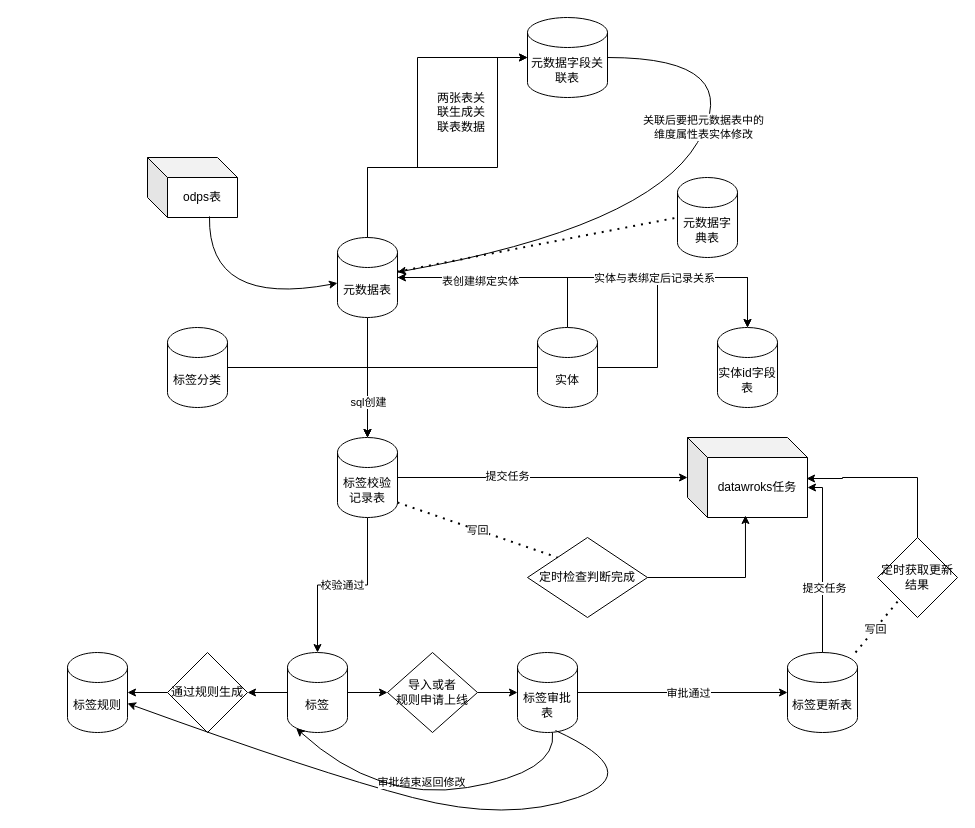
Before: 标签整体流程图.drawio in 1418956397/JavaWeb-Project-Source-Share, a draw.io diagram. Source tidied: cells renumbered, new cells numbered last; positions are measured from the earlier drawing's top-left corner, leaving out a move shared by most shapes. Both pictures are drawn from the tidied source at 100%, with x=0, y=0 at pixel (67, 17).
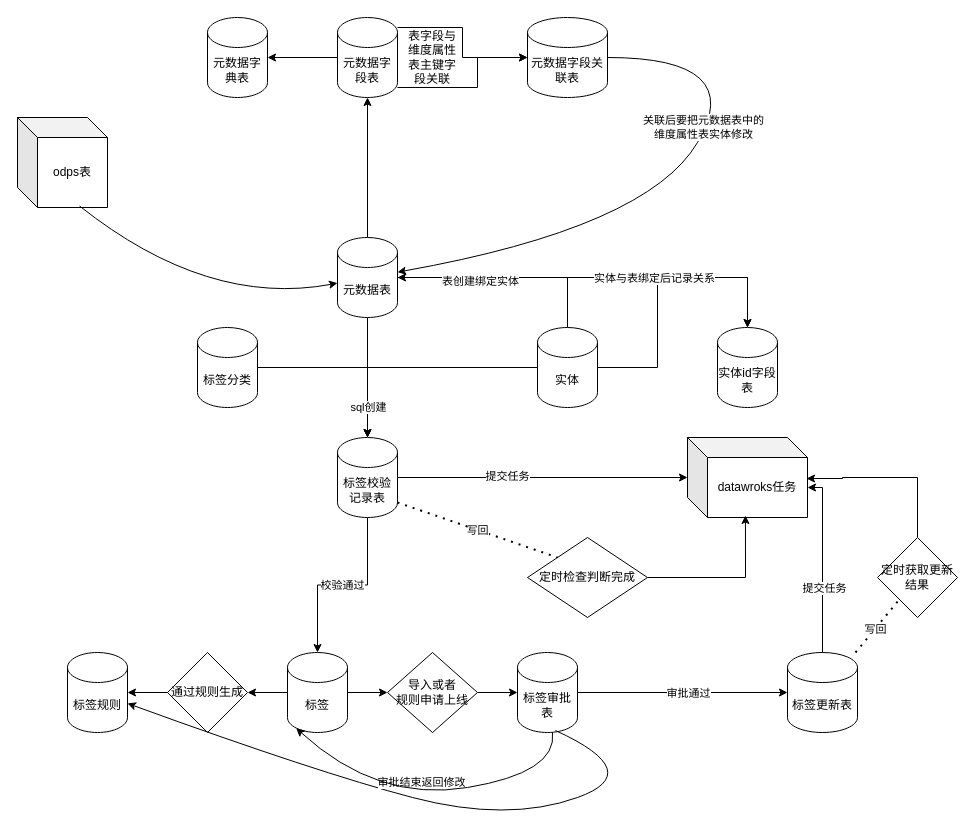
After the change.

Commit message:
更新标签整体流程图.drawio

Unchanged cells that the change refers to:
```xml
<mxCell id="12" value="元数据表" style="shape=cylinder3;whiteSpace=wrap;html=1;boundedLbl=1;backgroundOutline=1;size=15;" parent="1" vertex="1">
  <mxGeometry x="270" y="220" width="60" height="80" as="geometry" />
</mxCell>
<mxCell id="16" value="元数据字段关联表" style="shape=cylinder3;whiteSpace=wrap;html=1;boundedLbl=1;backgroundOutline=1;size=15;" parent="1" vertex="1">
  <mxGeometry x="460" width="80" height="80" as="geometry" />
</mxCell>
```

Diff of the diagram source:
```diff
@@
     <mxCell id="2" value="odps表" style="shape=cube;whiteSpace=wrap;html=1;boundedLbl=1;backgroundOutline=1;darkOpacity=0.05;darkOpacity2=0.1;" parent="1" vertex="1">
-      <mxGeometry x="80" y="140" width="90" height="60" as="geometry" />
+      <mxGeometry x="-50" y="100" width="90" height="90" as="geometry" />
     </mxCell>
@@
-    <mxCell id="7" style="edgeStyle=orthogonalEdgeStyle;rounded=0;jettySize=auto;html=1;" parent="1" edge="1" target="16">
-      <mxGeometry relative="1" as="geometry">
-        <mxPoint x="300" y="150" as="sourcePoint" />
-        <Array as="points">
-          <mxPoint x="430" y="150" />
-          <mxPoint x="430" y="40" />
-        </Array>
-      </mxGeometry>
-    </mxCell>
@@
+    <mxCell id="54" style="edgeStyle=orthogonalEdgeStyle;rounded=0;jettySize=auto;html=1;" parent="1" edge="1" source="12" target="58">
+      <mxGeometry relative="1" as="geometry" />
+    </mxCell>
@@
     <mxCell id="14" value="元数据字典表" style="shape=cylinder3;whiteSpace=wrap;html=1;boundedLbl=1;backgroundOutline=1;size=15;" parent="1" vertex="1">
-      <mxGeometry x="610" y="160" width="60" height="80" as="geometry" />
+      <mxGeometry x="140" width="60" height="80" as="geometry" />
     </mxCell>
-    <mxCell id="15" style="endArrow=none;dashed=1;html=1;dashPattern=1 3;strokeWidth=2;rounded=0;entryX=0;entryY=0.5;entryDx=0;entryDy=0;entryPerimeter=0;" parent="1" edge="1" source="12" target="14">
-      <mxGeometry relative="1" as="geometry" />
-    </mxCell>
@@
-    <mxCell id="17" value="两张表关联生成关联表数据" style="text;html=1;align=center;verticalAlign=middle;whiteSpace=wrap;rounded=0;" parent="1" vertex="1">
-      <mxGeometry x="364" y="80" width="60" height="30" as="geometry" />
-    </mxCell>
-    <mxCell id="18" style="edgeStyle=orthogonalEdgeStyle;rounded=0;jettySize=auto;html=1;entryX=0;entryY=0.5;entryDx=0;entryDy=0;entryPerimeter=0;exitX=0.5;exitY=0;exitDx=0;exitDy=0;exitPerimeter=0;" parent="1" edge="1" source="12" target="16">
-      <mxGeometry relative="1" as="geometry">
-        <Array as="points">
-          <mxPoint x="300" y="150" />
-          <mxPoint x="350" y="150" />
-          <mxPoint x="350" y="40" />
-        </Array>
-      </mxGeometry>
-    </mxCell>
@@
     <mxCell id="33" value="标签分类" style="shape=cylinder3;whiteSpace=wrap;html=1;boundedLbl=1;backgroundOutline=1;size=15;" parent="1" vertex="1">
-      <mxGeometry x="100" y="310" width="60" height="80" as="geometry" />
+      <mxGeometry x="130" y="310" width="60" height="80" as="geometry" />
     </mxCell>
@@
+    <mxCell id="55" style="edgeStyle=orthogonalEdgeStyle;rounded=0;jettySize=auto;html=1;" parent="1" edge="1" source="58" target="16">
+      <mxGeometry relative="1" as="geometry">
+        <Array as="points">
+          <mxPoint x="395" y="10" />
+          <mxPoint x="395" y="40" />
+        </Array>
+      </mxGeometry>
+    </mxCell>
+    <mxCell id="56" style="edgeStyle=orthogonalEdgeStyle;rounded=0;jettySize=auto;html=1;" parent="1" edge="1" source="58" target="16">
+      <mxGeometry relative="1" as="geometry">
+        <Array as="points">
+          <mxPoint x="410" y="70" />
+          <mxPoint x="410" y="40" />
+        </Array>
+      </mxGeometry>
+    </mxCell>
+    <mxCell id="57" style="edgeStyle=orthogonalEdgeStyle;rounded=0;jettySize=auto;html=1;" parent="1" edge="1" source="58" target="14">
+      <mxGeometry relative="1" as="geometry" />
+    </mxCell>
+    <mxCell id="58" value="元数据字段表" style="shape=cylinder3;whiteSpace=wrap;html=1;boundedLbl=1;backgroundOutline=1;size=15;" parent="1" vertex="1">
+      <mxGeometry x="270" width="60" height="80" as="geometry" />
+    </mxCell>
+    <mxCell id="59" value="表字段与维度属性表主键字段关联" style="text;html=1;align=center;verticalAlign=middle;whiteSpace=wrap;rounded=0;" parent="1" vertex="1">
+      <mxGeometry x="335" y="25" width="60" height="30" as="geometry" />
+    </mxCell>
```
